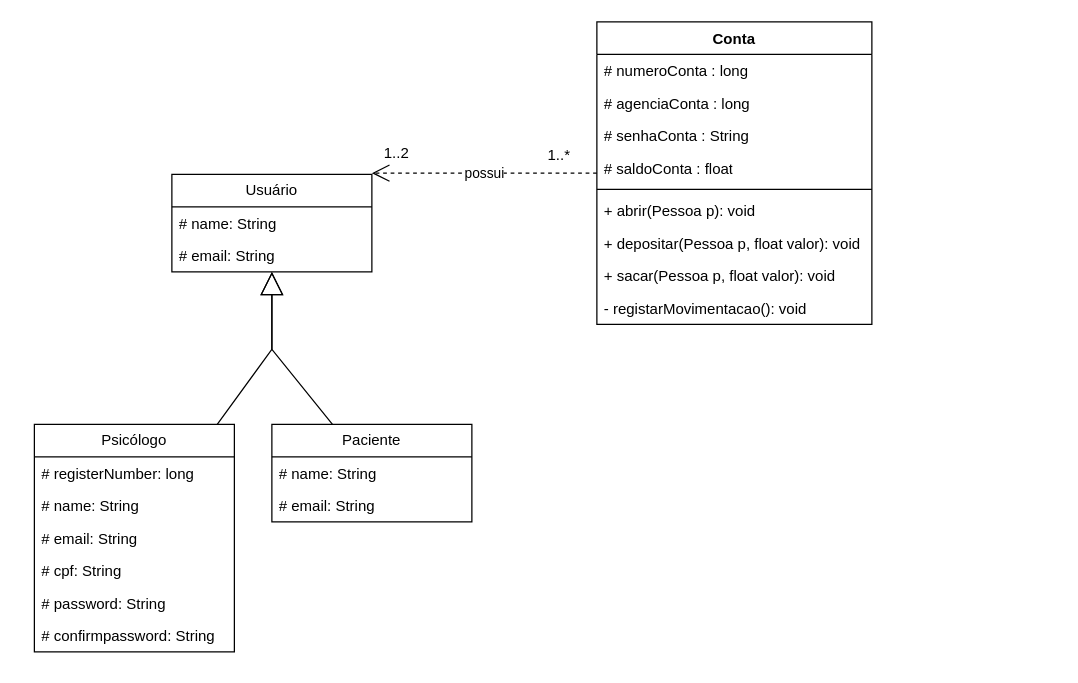
The draw.io diagram ClassesMyPeace.drawio in RebecaVieiraM/Diagramas, before the edit. Source tidied: cells renumbered, new cells numbered last; positions are measured from the earlier drawing's top-left corner, leaving out a move shared by most shapes. Both pictures are drawn from the tidied source at 125%, with x=0, y=0 at pixel (34, 21).
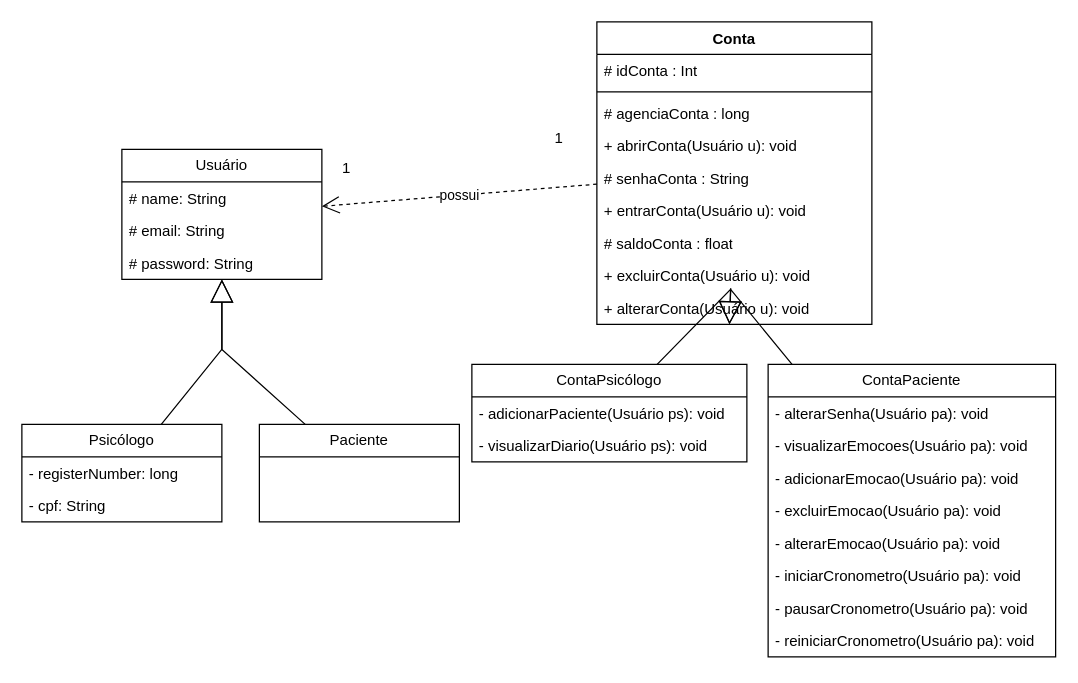
Above is the later version.

Unchanged cells that the change refers to:
```xml
<mxCell id="12" value="Conta" style="swimlane;fontStyle=1;align=center;verticalAlign=top;horizontal=1;startSize=26;whiteSpace=wrap;html=1;" parent="1" vertex="1">
  <mxGeometry x="450" width="220" height="242" as="geometry" />
</mxCell>
```

What changed in the source:
```diff
@@
     <mxCell id="2" value="Psicólogo" style="swimlane;fontStyle=0;horizontal=1;startSize=26;fillColor=none;whiteSpace=wrap;html=1;" parent="1" vertex="1">
-      <mxGeometry y="322" width="160" height="182" as="geometry" />
+      <mxGeometry x="-10" y="322" width="160" height="78" as="geometry" />
     </mxCell>
-    <mxCell id="3" value="# registerNumber&lt;span style=&quot;background-color: initial;&quot;&gt;: long&lt;/span&gt;" style="text;strokeColor=none;fillColor=none;align=left;verticalAlign=top;spacingLeft=4;spacingRight=4;overflow=hidden;whiteSpace=wrap;html=1;" parent="2" vertex="1">
+    <mxCell id="3" value="- registerNumber&lt;span style=&quot;background-color: initial;&quot;&gt;: long&lt;/span&gt;" style="text;strokeColor=none;fillColor=none;align=left;verticalAlign=top;spacingLeft=4;spacingRight=4;overflow=hidden;whiteSpace=wrap;html=1;" parent="2" vertex="1">
       <mxGeometry y="26" width="160" height="26" as="geometry" />
     </mxCell>
-    <mxCell id="4" value="# name: String" style="text;strokeColor=none;fillColor=none;align=left;verticalAlign=top;spacingLeft=4;spacingRight=4;overflow=hidden;whiteSpace=wrap;html=1;" parent="2" vertex="1">
-      <mxGeometry y="52" width="160" height="26" as="geometry" />
-    </mxCell>
-    <mxCell id="5" value="# email: String" style="text;strokeColor=none;fillColor=none;align=left;verticalAlign=top;spacingLeft=4;spacingRight=4;overflow=hidden;whiteSpace=wrap;html=1;" parent="2" vertex="1">
-      <mxGeometry y="78" width="160" height="26" as="geometry" />
-    </mxCell>
-    <mxCell id="6" value="# cpf: String" style="text;strokeColor=none;fillColor=none;align=left;verticalAlign=top;spacingLeft=4;spacingRight=4;overflow=hidden;whiteSpace=wrap;html=1;" parent="2" vertex="1">
-      <mxGeometry y="104" width="160" height="26" as="geometry" />
+    <mxCell id="6" value="- cpf: String" style="text;strokeColor=none;fillColor=none;align=left;verticalAlign=top;spacingLeft=4;spacingRight=4;overflow=hidden;whiteSpace=wrap;html=1;" parent="2" vertex="1">
+      <mxGeometry y="52" width="160" height="26" as="geometry" />
     </mxCell>
-    <mxCell id="7" value="# password&lt;span style=&quot;background-color: initial;&quot;&gt;: String&lt;/span&gt;" style="text;strokeColor=none;fillColor=none;align=left;verticalAlign=top;spacingLeft=4;spacingRight=4;overflow=hidden;whiteSpace=wrap;html=1;" parent="2" vertex="1">
-      <mxGeometry y="130" width="160" height="26" as="geometry" />
-    </mxCell>
-    <mxCell id="8" value="# confirmpassword&lt;span style=&quot;background-color: initial;&quot;&gt;: String&lt;/span&gt;" style="text;strokeColor=none;fillColor=none;align=left;verticalAlign=top;spacingLeft=4;spacingRight=4;overflow=hidden;whiteSpace=wrap;html=1;" parent="2" vertex="1">
-      <mxGeometry y="156" width="160" height="26" as="geometry" />
-    </mxCell>
     <mxCell id="9" value="Paciente" style="swimlane;fontStyle=0;horizontal=1;startSize=26;fillColor=none;whiteSpace=wrap;html=1;" parent="1" vertex="1">
-      <mxGeometry x="190" y="322" width="160" height="78" as="geometry" />
+      <mxGeometry x="180" y="322" width="160" height="78" as="geometry" />
     </mxCell>
-    <mxCell id="10" value="# name: String" style="text;strokeColor=none;fillColor=none;align=left;verticalAlign=top;spacingLeft=4;spacingRight=4;overflow=hidden;whiteSpace=wrap;html=1;" parent="9" vertex="1">
-      <mxGeometry y="26" width="160" height="26" as="geometry" />
-    </mxCell>
-    <mxCell id="11" value="# email: String" style="text;strokeColor=none;fillColor=none;align=left;verticalAlign=top;spacingLeft=4;spacingRight=4;overflow=hidden;whiteSpace=wrap;html=1;" parent="9" vertex="1">
-      <mxGeometry y="52" width="160" height="26" as="geometry" />
-    </mxCell>
@@
-    <mxCell id="13" value="# numeroConta : long" style="text;strokeColor=none;fillColor=none;align=left;verticalAlign=top;spacingLeft=4;spacingRight=4;overflow=hidden;whiteSpace=wrap;html=1;" parent="12" vertex="1">
+    <mxCell id="13" value="# idConta : Int" style="text;strokeColor=none;fillColor=none;align=left;verticalAlign=top;spacingLeft=4;spacingRight=4;overflow=hidden;whiteSpace=wrap;html=1;" parent="12" vertex="1">
       <mxGeometry y="26" width="220" height="26" as="geometry" />
     </mxCell>
+    <mxCell id="17" style="line;strokeWidth=1;fillColor=none;align=left;verticalAlign=middle;spacingTop=-1;spacingLeft=3;spacingRight=3;labelPosition=right;strokeColor=inherit;" parent="12" vertex="1">
+      <mxGeometry y="52" width="220" height="8" as="geometry" />
+    </mxCell>
     <mxCell id="14" value="# agenciaConta : long" style="text;strokeColor=none;fillColor=none;align=left;verticalAlign=top;spacingLeft=4;spacingRight=4;overflow=hidden;whiteSpace=wrap;html=1;" parent="12" vertex="1">
-      <mxGeometry y="52" width="220" height="26" as="geometry" />
+      <mxGeometry y="60" width="220" height="26" as="geometry" />
     </mxCell>
+    <mxCell id="18" value="+ abrirConta(Usuário u): void" style="text;strokeColor=none;fillColor=none;align=left;verticalAlign=top;spacingLeft=4;spacingRight=4;overflow=hidden;whiteSpace=wrap;html=1;" parent="12" vertex="1">
+      <mxGeometry y="86" width="220" height="26" as="geometry" />
+    </mxCell>
     <mxCell id="15" value="# senhaConta : String" style="text;strokeColor=none;fillColor=none;align=left;verticalAlign=top;spacingLeft=4;spacingRight=4;overflow=hidden;whiteSpace=wrap;html=1;" parent="12" vertex="1">
-      <mxGeometry y="78" width="220" height="26" as="geometry" />
+      <mxGeometry y="112" width="220" height="26" as="geometry" />
     </mxCell>
+    <mxCell id="19" value="+ entrarConta(Usuário u): void" style="text;strokeColor=none;fillColor=none;align=left;verticalAlign=top;spacingLeft=4;spacingRight=4;overflow=hidden;whiteSpace=wrap;html=1;" parent="12" vertex="1">
+      <mxGeometry y="138" width="220" height="26" as="geometry" />
+    </mxCell>
     <mxCell id="16" value="# saldoConta : float" style="text;strokeColor=none;fillColor=none;align=left;verticalAlign=top;spacingLeft=4;spacingRight=4;overflow=hidden;whiteSpace=wrap;html=1;" parent="12" vertex="1">
-      <mxGeometry y="104" width="220" height="26" as="geometry" />
+      <mxGeometry y="164" width="220" height="26" as="geometry" />
     </mxCell>
-    <mxCell id="17" style="line;strokeWidth=1;fillColor=none;align=left;verticalAlign=middle;spacingTop=-1;spacingLeft=3;spacingRight=3;labelPosition=right;strokeColor=inherit;" parent="12" vertex="1">
-      <mxGeometry y="130" width="220" height="8" as="geometry" />
-    </mxCell>
-    <mxCell id="18" value="+ abrir(Pessoa p): void" style="text;strokeColor=none;fillColor=none;align=left;verticalAlign=top;spacingLeft=4;spacingRight=4;overflow=hidden;whiteSpace=wrap;html=1;" parent="12" vertex="1">
-      <mxGeometry y="138" width="220" height="26" as="geometry" />
-    </mxCell>
-    <mxCell id="19" value="+ depositar(Pessoa p, float valor): void" style="text;strokeColor=none;fillColor=none;align=left;verticalAlign=top;spacingLeft=4;spacingRight=4;overflow=hidden;whiteSpace=wrap;html=1;" parent="12" vertex="1">
-      <mxGeometry y="164" width="220" height="26" as="geometry" />
-    </mxCell>
-    <mxCell id="20" value="+ sacar(Pessoa p, float valor): void" style="text;strokeColor=none;fillColor=none;align=left;verticalAlign=top;spacingLeft=4;spacingRight=4;overflow=hidden;whiteSpace=wrap;html=1;" parent="12" vertex="1">
+    <mxCell id="20" value="+ excluirConta(Usuário u): void" style="text;strokeColor=none;fillColor=none;align=left;verticalAlign=top;spacingLeft=4;spacingRight=4;overflow=hidden;whiteSpace=wrap;html=1;" parent="12" vertex="1">
       <mxGeometry y="190" width="220" height="26" as="geometry" />
     </mxCell>
-    <mxCell id="21" value="- registarMovimentacao(): void" style="text;strokeColor=none;fillColor=none;align=left;verticalAlign=top;spacingLeft=4;spacingRight=4;overflow=hidden;whiteSpace=wrap;html=1;" parent="12" vertex="1">
+    <mxCell id="21" value="+ alterarConta(Usuário u): void" style="text;strokeColor=none;fillColor=none;align=left;verticalAlign=top;spacingLeft=4;spacingRight=4;overflow=hidden;whiteSpace=wrap;html=1;" parent="12" vertex="1">
       <mxGeometry y="216" width="220" height="26" as="geometry" />
     </mxCell>
-    <mxCell id="22" value="possui" style="endArrow=open;endSize=12;dashed=1;html=1;rounded=0;" parent="1" edge="1" source="12">
-      <mxGeometry relative="1" as="geometry">
-        <mxPoint x="270" y="121" as="targetPoint" />
-      </mxGeometry>
+    <mxCell id="22" value="possui" style="endArrow=open;endSize=12;dashed=1;html=1;rounded=0;" parent="1" edge="1" source="12" target="27">
+      <mxGeometry relative="1" as="geometry" />
     </mxCell>
-    <mxCell id="23" value="1..2" style="text;html=1;align=center;verticalAlign=middle;whiteSpace=wrap;rounded=0;" parent="1" vertex="1">
-      <mxGeometry x="260" y="90" width="60" height="30" as="geometry" />
+    <mxCell id="23" value="1" style="text;html=1;align=center;verticalAlign=middle;whiteSpace=wrap;rounded=0;" parent="1" vertex="1">
+      <mxGeometry x="220" y="102" width="60" height="30" as="geometry" />
     </mxCell>
-    <mxCell id="24" value="1..*" style="text;html=1;align=center;verticalAlign=middle;whiteSpace=wrap;rounded=0;" parent="1" vertex="1">
-      <mxGeometry x="390" y="92" width="60" height="30" as="geometry" />
+    <mxCell id="24" value="1" style="text;html=1;align=center;verticalAlign=middle;whiteSpace=wrap;rounded=0;" parent="1" vertex="1">
+      <mxGeometry x="390" y="78" width="60" height="30" as="geometry" />
     </mxCell>
     <mxCell id="25" style="endArrow=block;endSize=16;endFill=0;html=1;rounded=0;" parent="1" edge="1" source="2" target="27">
       <mxGeometry relative="1" as="geometry">
         <Array as="points">
-          <mxPoint x="190" y="262" />
+          <mxPoint x="150" y="262" />
         </Array>
       </mxGeometry>
     </mxCell>
     <mxCell id="26" style="endArrow=block;endSize=16;endFill=0;html=1;rounded=0;" parent="1" edge="1" source="9" target="27">
       <mxGeometry relative="1" as="geometry">
         <Array as="points">
-          <mxPoint x="190" y="262" />
+          <mxPoint x="150" y="262" />
         </Array>
       </mxGeometry>
     </mxCell>
     <mxCell id="27" value="Usuário" style="swimlane;fontStyle=0;horizontal=1;startSize=26;fillColor=none;whiteSpace=wrap;html=1;" parent="1" vertex="1">
-      <mxGeometry x="110" y="122" width="160" height="78" as="geometry" />
+      <mxGeometry x="70" y="102" width="160" height="104" as="geometry" />
     </mxCell>
@@
+    <mxCell id="7" value="# password&lt;span style=&quot;background-color: initial;&quot;&gt;: String&lt;/span&gt;" style="text;strokeColor=none;fillColor=none;align=left;verticalAlign=top;spacingLeft=4;spacingRight=4;overflow=hidden;whiteSpace=wrap;html=1;" parent="27" vertex="1">
+      <mxGeometry y="78" width="160" height="26" as="geometry" />
+    </mxCell>
+    <mxCell id="30" value="ContaPsicólogo" style="swimlane;fontStyle=0;horizontal=1;startSize=26;fillColor=none;whiteSpace=wrap;html=1;" parent="1" vertex="1">
+      <mxGeometry x="350" y="274" width="220" height="78" as="geometry" />
+    </mxCell>
+    <mxCell id="31" value="- adicionarPaciente(Usuário ps): void" style="text;strokeColor=none;fillColor=none;align=left;verticalAlign=top;spacingLeft=4;spacingRight=4;overflow=hidden;whiteSpace=wrap;html=1;" parent="30" vertex="1">
+      <mxGeometry y="26" width="220" height="26" as="geometry" />
+    </mxCell>
+    <mxCell id="32" value="- visualizarDiario(Usuário ps): void" style="text;strokeColor=none;fillColor=none;align=left;verticalAlign=top;spacingLeft=4;spacingRight=4;overflow=hidden;whiteSpace=wrap;html=1;" parent="30" vertex="1">
+      <mxGeometry y="52" width="220" height="26" as="geometry" />
+    </mxCell>
+    <mxCell id="33" value="ContaPaciente" style="swimlane;fontStyle=0;horizontal=1;startSize=26;fillColor=none;whiteSpace=wrap;html=1;" parent="1" vertex="1">
+      <mxGeometry x="587" y="274" width="230" height="234" as="geometry" />
+    </mxCell>
+    <mxCell id="34" value="- alterarSenha(Usuário pa): void" style="text;strokeColor=none;fillColor=none;align=left;verticalAlign=top;spacingLeft=4;spacingRight=4;overflow=hidden;whiteSpace=wrap;html=1;" parent="33" vertex="1">
+      <mxGeometry y="26" width="230" height="26" as="geometry" />
+    </mxCell>
+    <mxCell id="35" value="- visualizarEmocoes(Usuário pa): void" style="text;strokeColor=none;fillColor=none;align=left;verticalAlign=top;spacingLeft=4;spacingRight=4;overflow=hidden;whiteSpace=wrap;html=1;" parent="33" vertex="1">
+      <mxGeometry y="52" width="230" height="26" as="geometry" />
+    </mxCell>
+    <mxCell id="36" value="- adicionarEmocao(Usuário pa): void" style="text;strokeColor=none;fillColor=none;align=left;verticalAlign=top;spacingLeft=4;spacingRight=4;overflow=hidden;whiteSpace=wrap;html=1;" parent="33" vertex="1">
+      <mxGeometry y="78" width="230" height="26" as="geometry" />
+    </mxCell>
+    <mxCell id="37" value="- excluirEmocao(Usuário pa): void" style="text;strokeColor=none;fillColor=none;align=left;verticalAlign=top;spacingLeft=4;spacingRight=4;overflow=hidden;whiteSpace=wrap;html=1;" parent="33" vertex="1">
+      <mxGeometry y="104" width="230" height="26" as="geometry" />
+    </mxCell>
+    <mxCell id="38" value="- alterarEmocao(Usuário pa): void" style="text;strokeColor=none;fillColor=none;align=left;verticalAlign=top;spacingLeft=4;spacingRight=4;overflow=hidden;whiteSpace=wrap;html=1;" parent="33" vertex="1">
+      <mxGeometry y="130" width="230" height="26" as="geometry" />
+    </mxCell>
+    <mxCell id="39" value="- iniciarCronometro(Usuário pa): void" style="text;strokeColor=none;fillColor=none;align=left;verticalAlign=top;spacingLeft=4;spacingRight=4;overflow=hidden;whiteSpace=wrap;html=1;" parent="33" vertex="1">
+      <mxGeometry y="156" width="230" height="26" as="geometry" />
+    </mxCell>
+    <mxCell id="40" value="- pausarCronometro(Usuário pa): void" style="text;strokeColor=none;fillColor=none;align=left;verticalAlign=top;spacingLeft=4;spacingRight=4;overflow=hidden;whiteSpace=wrap;html=1;" parent="33" vertex="1">
+      <mxGeometry y="182" width="230" height="26" as="geometry" />
+    </mxCell>
+    <mxCell id="41" value="- reiniciarCronometro(Usuário pa): void" style="text;strokeColor=none;fillColor=none;align=left;verticalAlign=top;spacingLeft=4;spacingRight=4;overflow=hidden;whiteSpace=wrap;html=1;" parent="33" vertex="1">
+      <mxGeometry y="208" width="230" height="26" as="geometry" />
+    </mxCell>
+    <mxCell id="42" style="endArrow=block;endSize=16;endFill=0;html=1;rounded=0;" parent="1" edge="1" source="30" target="12">
+      <mxGeometry relative="1" as="geometry">
+        <Array as="points">
+          <mxPoint x="557" y="214" />
+        </Array>
+      </mxGeometry>
+    </mxCell>
+    <mxCell id="43" style="endArrow=block;endSize=16;endFill=0;html=1;rounded=0;" parent="1" edge="1" source="33" target="12">
+      <mxGeometry relative="1" as="geometry">
+        <Array as="points">
+          <mxPoint x="557" y="214" />
+        </Array>
+      </mxGeometry>
+    </mxCell>
```
